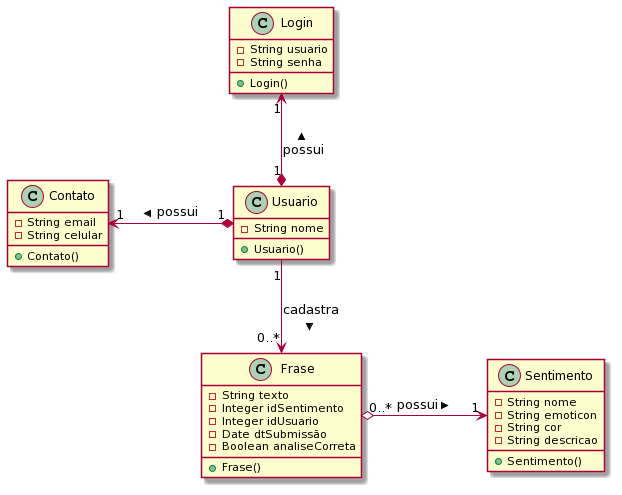
This is Especificacao/grupo-06/images/diagrama-de-classes/Diagrama de Classe.png from maicondallagnol/AnaliseDeSentimentos, a PlantUML export, as it was before one commit.
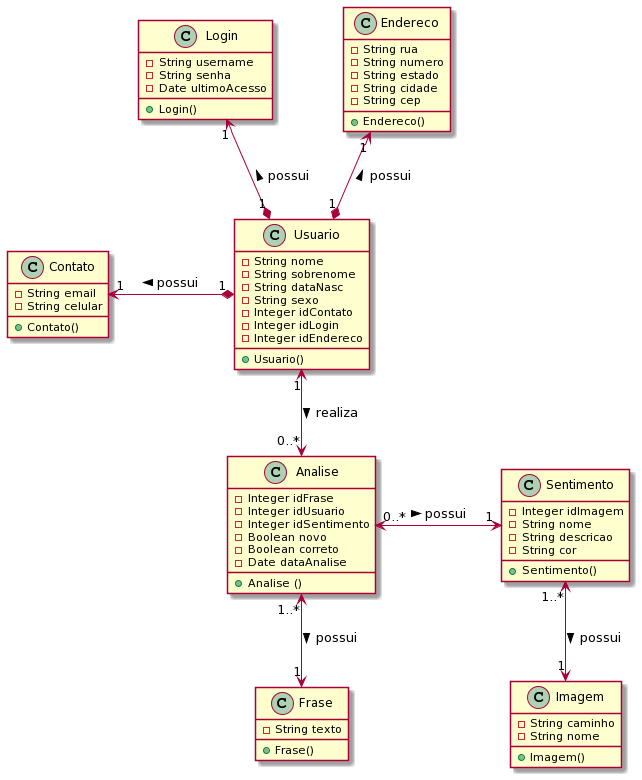
Above is the later version.

Commit message:
fotos dos diagrama de classe e mer atualizados

The edit, as a diff of the source:
```diff
@@ -5,40 +5,71 @@
 
 class Usuario{
 - String nome
+- String sobrenome
+- String dataNasc
+- String sexo
+- Integer idContato
+- Integer idLogin
+- Integer idEndereco
 + Usuario()
 }
+
 class Contato {
 - String email
 - String celular
 + Contato()
 }
 
+class Endereco{
+- String rua
+- String numero
+- String estado
+- String cidade
+- String cep
++ Endereco()
+}
 
 class Login {
-- String usuario
+- String username
 - String senha
+- Date ultimoAcesso
 + Login()
 }
 
 class Frase{
 - String texto
-- Integer idSentimento
-- Integer idUsuario
-- Date dtSubmissão
-- Boolean analiseCorreta
 + Frase()
 }
 
+class Imagem{
+- String caminho
+- String nome
++ Imagem()
+}
+
 class Sentimento{
+- Integer idImagem
 - String nome
-- String emoticon
+- String descricao
 - String cor
-- String descricao
 + Sentimento()
 }
 
+class Analise {
+- Integer idFrase
+- Integer idUsuario
+- Integer idSentimento
+- Boolean novo
+- Boolean correto
+- Date dataAnalise
++ Analise ()
+}
+
+Usuario "1" *-up-> "1" Endereco: possui >
 Usuario "1" *-up-> "1" Login : possui >
 Usuario "1" *-left-> "1" Contato : possui >
-Usuario "1" --> "0..*" Frase : cadastra >
-Frase "0..*" o-right-> "1" Sentimento : possui >
+Usuario "1" <--> "0..*" Analise: realiza >
+Analise "1..*" <--> "1" Frase: possui >
+Sentimento "1..*" <--> "1" Imagem: possui >
+Analise "0..*" <-right-> "1" Sentimento : possui >
 @enduml
```
